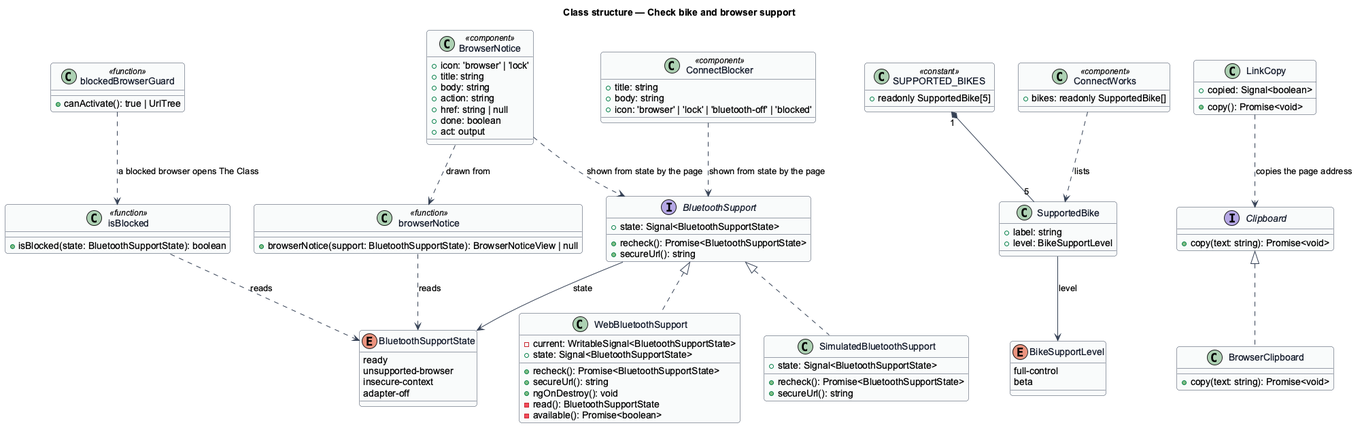
Before: docs/detailed-designs/bike/check-bike-and-browser-support/diagrams/class-structure.png, a diagram exported from PlantUML (QuinntyneBrown/ride-one).
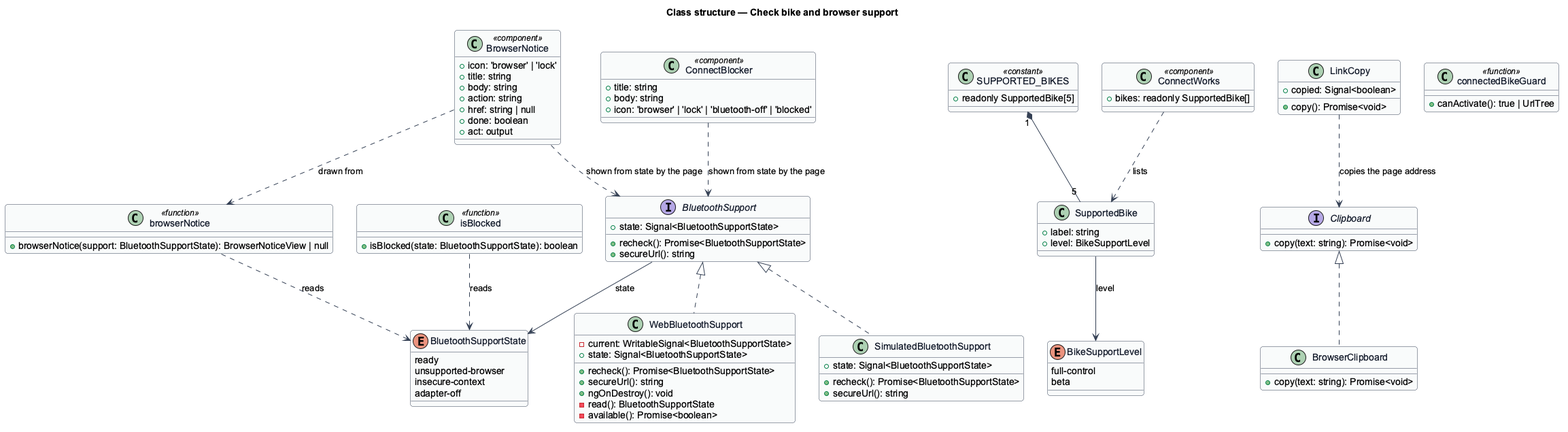
After the commit.

The edit, as a diff of the source:
```diff
@@ -95,7 +95,7 @@
   +bikes: readonly SupportedBike[]
 }
 
-class "blockedBrowserGuard" as guard <<function>> {
+class "connectedBikeGuard" as guard <<function>> {
   +canActivate(): true | UrlTree
 }
 
@@ -109,7 +109,6 @@
 ConnectWorks ..> SupportedBike : lists
 BrowserNotice ..> BluetoothSupport : shown from state by the page
 ConnectBlocker ..> BluetoothSupport : shown from state by the page
-guard ..> isBlocked : a blocked browser opens The Class
 noticeHelper ..> BluetoothSupportState : reads
 BrowserNotice ..> noticeHelper : drawn from
 LinkCopy ..> Clipboard : copies the page address
```
